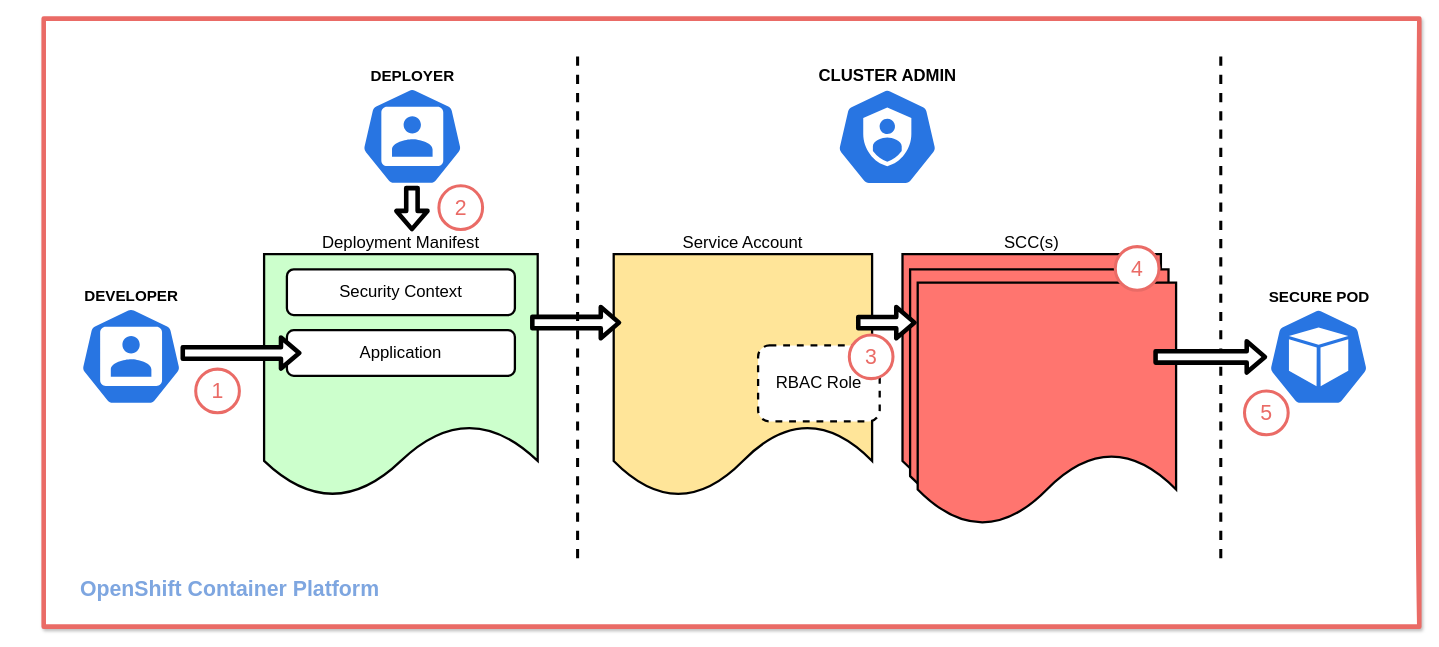
Before: page "high-level-flow" (10 of 15) of article/images/detailed-flow.drawio in tt-isv-org/scc, a draw.io diagram. Source tidied: cells renumbered, new cells numbered last; positions are measured from the earlier drawing's top-left corner, leaving out a move shared by most shapes. Both pictures are drawn from the tidied source at 76%, with x=0, y=0 at pixel (13, 18).
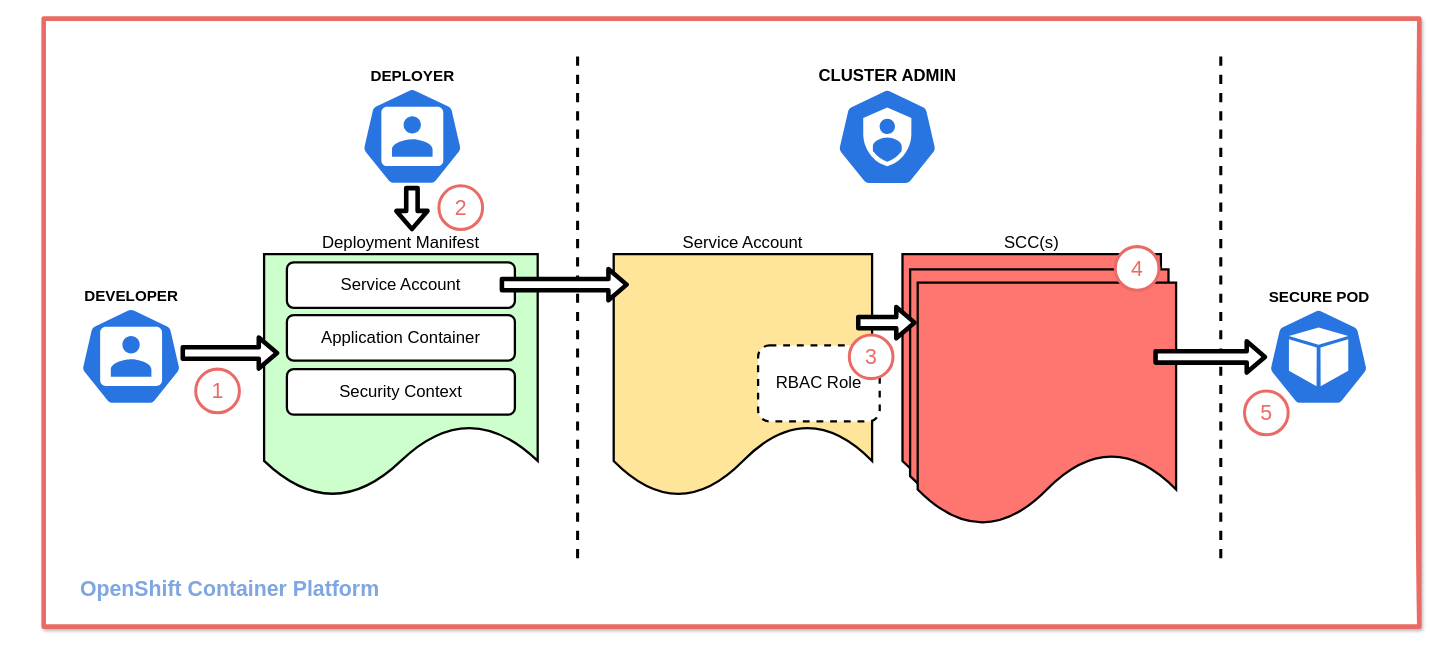
Above is the later version.

Unchanged cells that the change refers to:
```xml
<mxCell id="3" value="Deployment Manifest" style="shape=document;whiteSpace=wrap;html=1;boundedLbl=1;labelBackgroundColor=#FFFFFF;fontSize=22;labelPosition=center;verticalLabelPosition=top;align=center;verticalAlign=bottom;fillColor=#CCFFCC;strokeWidth=3;" parent="1" vertex="1">
  <mxGeometry x="330" y="310" width="360" height="320" as="geometry" />
</mxCell>
<mxCell id="5" value="Service Account" style="shape=document;whiteSpace=wrap;html=1;boundedLbl=1;labelBackgroundColor=#FFFFFF;fontSize=22;fontColor=#000000;labelPosition=center;verticalLabelPosition=top;align=center;verticalAlign=bottom;strokeWidth=3;fillColor=#FFE599;" parent="1" vertex="1">
  <mxGeometry x="790" y="310" width="340" height="320" as="geometry" />
</mxCell>
```

The edit, as a diff of the source:
```diff
@@
-    <mxCell id="4" value="Security Context" style="rounded=1;whiteSpace=wrap;html=1;labelBackgroundColor=#FFFFFF;fillColor=#FFFFFF;fontSize=22;fontColor=#000000;strokeWidth=3;" parent="1" vertex="1">
-      <mxGeometry x="360" y="330" width="300" height="60" as="geometry" />
+    <mxCell id="4" value="Service Account" style="rounded=1;whiteSpace=wrap;html=1;labelBackgroundColor=#FFFFFF;fillColor=#FFFFFF;fontSize=22;fontColor=#000000;strokeWidth=3;" parent="1" vertex="1">
+      <mxGeometry x="360" y="320.6" width="300" height="60" as="geometry" />
     </mxCell>
@@
-    <mxCell id="7" style="shape=flexArrow;endArrow=classic;html=1;strokeWidth=6;fontSize=22;fontColor=#000000;fillColor=#FFFFFF;exitX=0.972;exitY=0.281;exitDx=0;exitDy=0;exitPerimeter=0;" parent="1" edge="1" source="3">
-      <mxGeometry relative="1" as="geometry">
-        <mxPoint x="800" y="400" as="targetPoint" />
-      </mxGeometry>
-    </mxCell>
@@
-    <mxCell id="32" value="Application" style="rounded=1;whiteSpace=wrap;html=1;labelBackgroundColor=#FFFFFF;fillColor=#FFFFFF;fontSize=22;fontColor=#000000;strokeWidth=3;" parent="1" vertex="1">
-      <mxGeometry x="360" y="410" width="300" height="60" as="geometry" />
+    <mxCell id="32" value="Application Container" style="rounded=1;whiteSpace=wrap;html=1;labelBackgroundColor=#FFFFFF;fillColor=#FFFFFF;fontSize=22;fontColor=#000000;strokeWidth=3;" parent="1" vertex="1">
+      <mxGeometry x="360" y="390" width="300" height="60" as="geometry" />
     </mxCell>
@@
-    <mxCell id="34" style="shape=flexArrow;endArrow=classic;html=1;strokeWidth=6;fontSize=22;fontColor=#000000;fillColor=#FFFFFF;entryX=0.059;entryY=0.438;entryDx=0;entryDy=0;entryPerimeter=0;" parent="1" edge="1">
+    <mxCell id="34" style="shape=flexArrow;endArrow=classic;html=1;strokeWidth=6;fontSize=22;fontColor=#000000;fillColor=#FFFFFF;" parent="1" edge="1">
       <mxGeometry relative="1" as="geometry">
         <mxPoint x="220" y="440" as="sourcePoint" />
-        <mxPoint x="379.2" y="440" as="targetPoint" />
+        <mxPoint x="350" y="440" as="targetPoint" />
       </mxGeometry>
     </mxCell>
@@
+    <mxCell id="38" value="Security Context" style="rounded=1;whiteSpace=wrap;html=1;labelBackgroundColor=#FFFFFF;fillColor=#FFFFFF;fontSize=22;fontColor=#000000;strokeWidth=3;" parent="1" vertex="1">
+      <mxGeometry x="360" y="461.2" width="300" height="60" as="geometry" />
+    </mxCell>
+    <mxCell id="7" style="shape=flexArrow;endArrow=classic;html=1;strokeWidth=6;fontSize=22;fontColor=#000000;fillColor=#FFFFFF;exitX=0.933;exitY=0.49;exitDx=0;exitDy=0;exitPerimeter=0;entryX=0.059;entryY=0.125;entryDx=0;entryDy=0;entryPerimeter=0;" parent="1" edge="1" source="4" target="5">
+      <mxGeometry relative="1" as="geometry" />
+    </mxCell>
```
